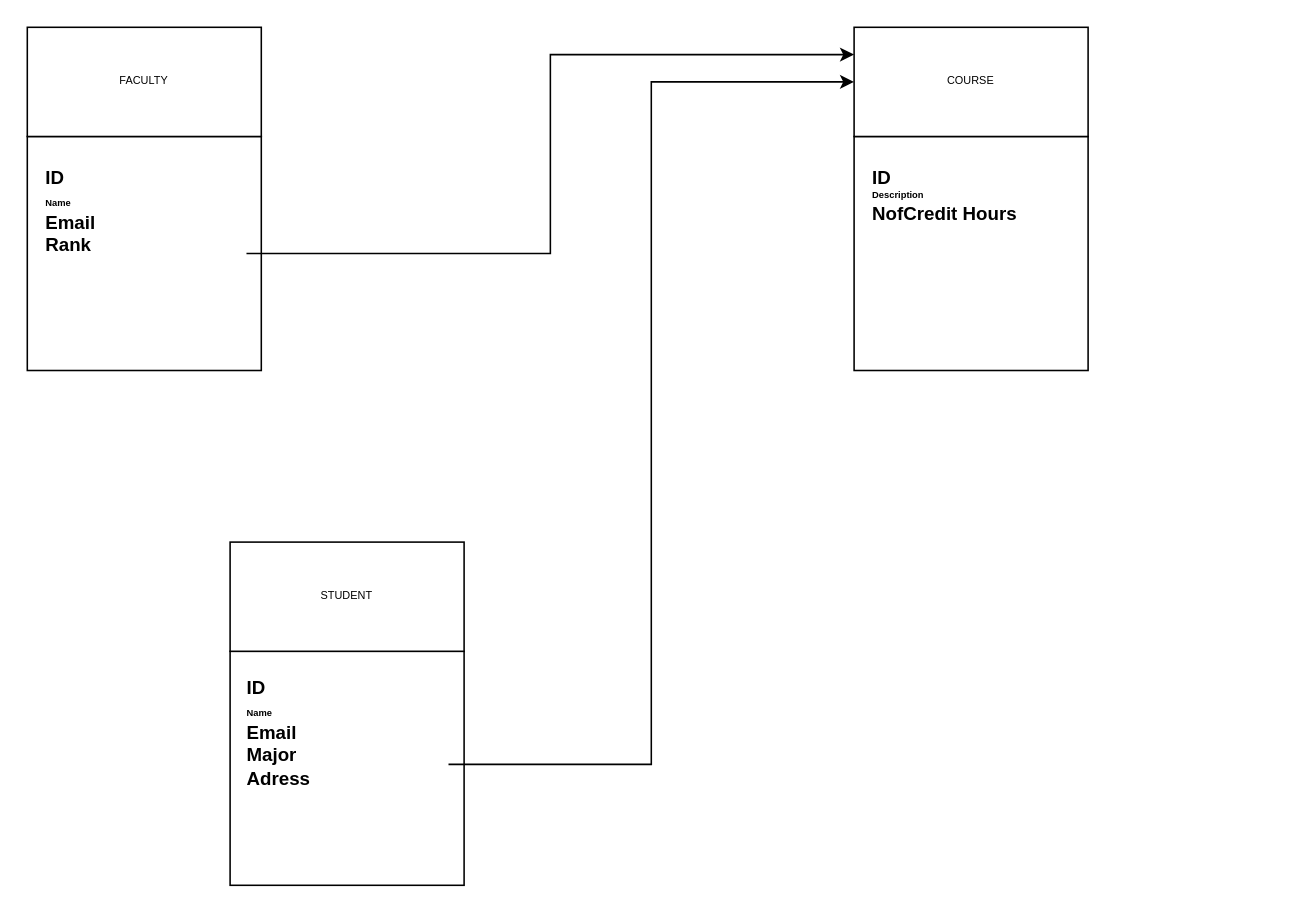
Above: Lab 06 (Design + Modeling).drawio in smuzaffarov/CPCS2100 (draw.io), before the change. Source tidied: cells renumbered, new cells numbered last; positions are measured from the earlier drawing's top-left corner, leaving out a move shared by most shapes. Both pictures are drawn from the tidied source at 156%, with x=0, y=0 at pixel (27, 27).
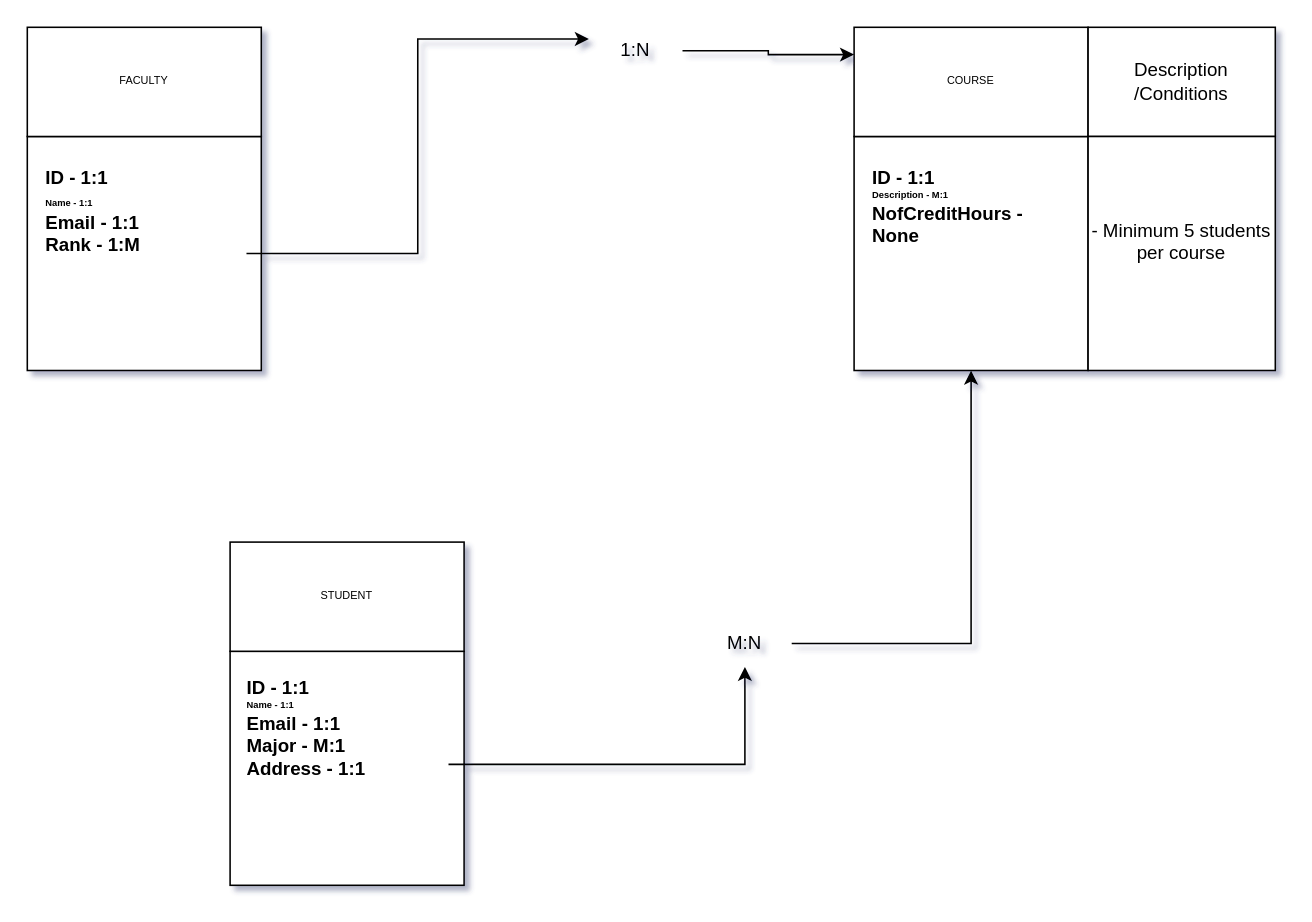
The same diagram, later.

The change refers to these unchanged cells:
```xml
<mxCell id="8" style="whiteSpace=wrap;html=1;" parent="1" vertex="1">
  <mxGeometry x="530" y="70" width="150" height="150" as="geometry" />
</mxCell>
<mxCell id="9" style="rounded=0;whiteSpace=wrap;html=1;" parent="1" vertex="1">
  <mxGeometry x="530" width="150" height="70" as="geometry" />
</mxCell>
```

Diff of the diagram source:
```diff
@@
-<mxGraphModel>
+<mxGraphModel shadow="1">
@@
-    <mxCell id="11" style="edgeStyle=orthogonalEdgeStyle;rounded=0;jettySize=auto;html=1;entryX=0;entryY=0.5;entryDx=0;entryDy=0;" parent="1" edge="1" source="12" target="9">
-      <mxGeometry relative="1" as="geometry" />
-    </mxCell>
-    <mxCell id="12" value="&lt;h3 style=&quot;margin-top: 0px; font-size: 12px;&quot;&gt;ID&lt;br&gt;&lt;b style=&quot;background-color: initial; font-size: 6px;&quot;&gt;Name&lt;br&gt;&lt;/b&gt;&lt;b&gt;Email&lt;br&gt;&lt;/b&gt;&lt;b&gt;Major&lt;br&gt;Adress&lt;/b&gt;&lt;/h3&gt;&lt;div&gt;&lt;b&gt;&lt;br&gt;&lt;br&gt;&lt;/b&gt;&lt;/div&gt;" style="text;html=1;whiteSpace=wrap;overflow=hidden;rounded=0;fontSize=6;" parent="1" vertex="1">
+    <mxCell id="12" value="&lt;h3 style=&quot;margin-top: 0px;&quot;&gt;&lt;span style=&quot;font-size: 12px;&quot;&gt;ID&amp;nbsp;- 1:1&lt;/span&gt;&lt;br&gt;&lt;span style=&quot;background-color: initial;&quot;&gt;&lt;span style=&quot;font-size: 6px;&quot;&gt;Name - 1:1&lt;/span&gt;&lt;br&gt;&lt;/span&gt;&lt;span style=&quot;font-size: 12px;&quot;&gt;Email - 1:1&lt;/span&gt;&lt;br&gt;&lt;b style=&quot;font-size: 12px;&quot;&gt;Major - M:1&lt;br&gt;&lt;/b&gt;&lt;span style=&quot;font-size: 12px; background-color: initial;&quot;&gt;Address&lt;/span&gt;&lt;span style=&quot;font-size: 12px; background-color: initial; font-weight: normal;&quot;&gt;&amp;nbsp;&lt;/span&gt;&lt;span style=&quot;font-size: 12px; background-color: initial;&quot;&gt;- 1:1&lt;/span&gt;&lt;/h3&gt;&lt;div&gt;&lt;b&gt;&lt;br&gt;&lt;br&gt;&lt;/b&gt;&lt;/div&gt;" style="text;html=1;whiteSpace=wrap;overflow=hidden;rounded=0;fontSize=6;" parent="1" vertex="1">
       <mxGeometry x="139" y="410" width="131" height="125" as="geometry" />
     </mxCell>
-    <mxCell id="13" style="edgeStyle=orthogonalEdgeStyle;rounded=0;jettySize=auto;html=1;entryX=0;entryY=0.25;entryDx=0;entryDy=0;" parent="1" edge="1" source="14" target="9">
+    <mxCell id="13" style="edgeStyle=orthogonalEdgeStyle;rounded=0;jettySize=auto;html=1;entryX=0;entryY=0.25;entryDx=0;entryDy=0;" parent="1" edge="1" source="18" target="9">
       <mxGeometry relative="1" as="geometry" />
     </mxCell>
-    <mxCell id="14" value="&lt;h3 style=&quot;margin-top: 0px; font-size: 12px;&quot;&gt;ID&lt;br&gt;&lt;b style=&quot;background-color: initial; font-size: 6px;&quot;&gt;Name&lt;br&gt;&lt;/b&gt;&lt;b&gt;Email&lt;br&gt;&lt;/b&gt;&lt;b&gt;Rank&lt;/b&gt;&lt;/h3&gt;&lt;div&gt;&lt;b&gt;&lt;br&gt;&lt;br&gt;&lt;/b&gt;&lt;/div&gt;" style="text;html=1;whiteSpace=wrap;overflow=hidden;rounded=0;fontSize=6;" parent="1" vertex="1">
+    <mxCell id="14" value="&lt;h3 style=&quot;margin-top: 0px; font-size: 12px;&quot;&gt;ID - 1:1&lt;br&gt;&lt;b style=&quot;background-color: initial; font-size: 6px;&quot;&gt;Name - 1:1&lt;br&gt;&lt;/b&gt;&lt;b&gt;Email - 1:1&lt;br&gt;&lt;/b&gt;&lt;b&gt;Rank - 1:M&lt;/b&gt;&lt;/h3&gt;&lt;div&gt;&lt;b&gt;&lt;br&gt;&lt;br&gt;&lt;/b&gt;&lt;/div&gt;" style="text;html=1;whiteSpace=wrap;overflow=hidden;rounded=0;fontSize=6;" parent="1" vertex="1">
       <mxGeometry x="9.5" y="82.5" width="131" height="125" as="geometry" />
     </mxCell>
-    <mxCell id="15" value="&lt;h3 style=&quot;margin-top: 0px;&quot;&gt;&lt;span style=&quot;font-size: 12px;&quot;&gt;ID&lt;/span&gt;&lt;br&gt;&lt;span style=&quot;background-color: initial;&quot;&gt;&lt;span style=&quot;font-size: 6px;&quot;&gt;Description&lt;/span&gt;&lt;br&gt;&lt;/span&gt;&lt;span style=&quot;font-size: 12px;&quot;&gt;NofCredit Hours&lt;/span&gt;&lt;/h3&gt;&lt;div&gt;&lt;b&gt;&lt;br&gt;&lt;br&gt;&lt;/b&gt;&lt;/div&gt;" style="text;html=1;whiteSpace=wrap;overflow=hidden;rounded=0;fontSize=6;" parent="1" vertex="1">
+    <mxCell id="15" value="&lt;h3 style=&quot;margin-top: 0px;&quot;&gt;&lt;span style=&quot;font-size: 12px;&quot;&gt;ID&amp;nbsp;- 1:1&lt;/span&gt;&lt;br&gt;&lt;span style=&quot;background-color: initial;&quot;&gt;&lt;span style=&quot;font-size: 6px;&quot;&gt;Description&amp;nbsp;- M:1&lt;/span&gt;&lt;br&gt;&lt;/span&gt;&lt;span style=&quot;font-size: 12px;&quot;&gt;NofCreditHours - None&lt;/span&gt;&lt;/h3&gt;&lt;div&gt;&lt;b&gt;&lt;br&gt;&lt;br&gt;&lt;/b&gt;&lt;/div&gt;" style="text;html=1;whiteSpace=wrap;overflow=hidden;rounded=0;fontSize=6;" parent="1" vertex="1">
       <mxGeometry x="539.5" y="82.5" width="131" height="125" as="geometry" />
     </mxCell>
+    <mxCell id="16" style="edgeStyle=orthogonalEdgeStyle;rounded=0;jettySize=auto;html=1;entryX=0.5;entryY=1;entryDx=0;entryDy=0;" parent="1" edge="1" source="20" target="8">
+      <mxGeometry relative="1" as="geometry" />
+    </mxCell>
+    <mxCell id="17" style="edgeStyle=orthogonalEdgeStyle;rounded=0;jettySize=auto;html=1;entryX=0;entryY=0.25;entryDx=0;entryDy=0;" parent="1" edge="1" source="14" target="18">
+      <mxGeometry relative="1" as="geometry" />
+    </mxCell>
+    <mxCell id="18" value="1:N" style="text;html=1;align=center;verticalAlign=middle;whiteSpace=wrap;rounded=0;" parent="1" vertex="1">
+      <mxGeometry x="360" width="60" height="30" as="geometry" />
+    </mxCell>
+    <mxCell id="19" style="edgeStyle=orthogonalEdgeStyle;rounded=0;jettySize=auto;html=1;" parent="1" edge="1" source="12" target="20">
+      <mxGeometry relative="1" as="geometry">
+        <Array as="points">
+          <mxPoint x="460" y="472" />
+        </Array>
+      </mxGeometry>
+    </mxCell>
+    <mxCell id="20" value="M:N" style="text;html=1;align=center;verticalAlign=middle;whiteSpace=wrap;rounded=0;" parent="1" vertex="1">
+      <mxGeometry x="430" y="380" width="60" height="30" as="geometry" />
+    </mxCell>
+    <mxCell id="21" value="Description&lt;div&gt;/Conditions&lt;/div&gt;" style="rounded=0;whiteSpace=wrap;html=1;" parent="1" vertex="1">
+      <mxGeometry x="680" width="120" height="70" as="geometry" />
+    </mxCell>
+    <mxCell id="22" value="- Minimum 5 students per course&lt;div&gt;&lt;br&gt;&lt;/div&gt;" style="rounded=0;whiteSpace=wrap;html=1;" parent="1" vertex="1">
+      <mxGeometry x="680" y="70" width="120" height="150" as="geometry" />
+    </mxCell>
```
